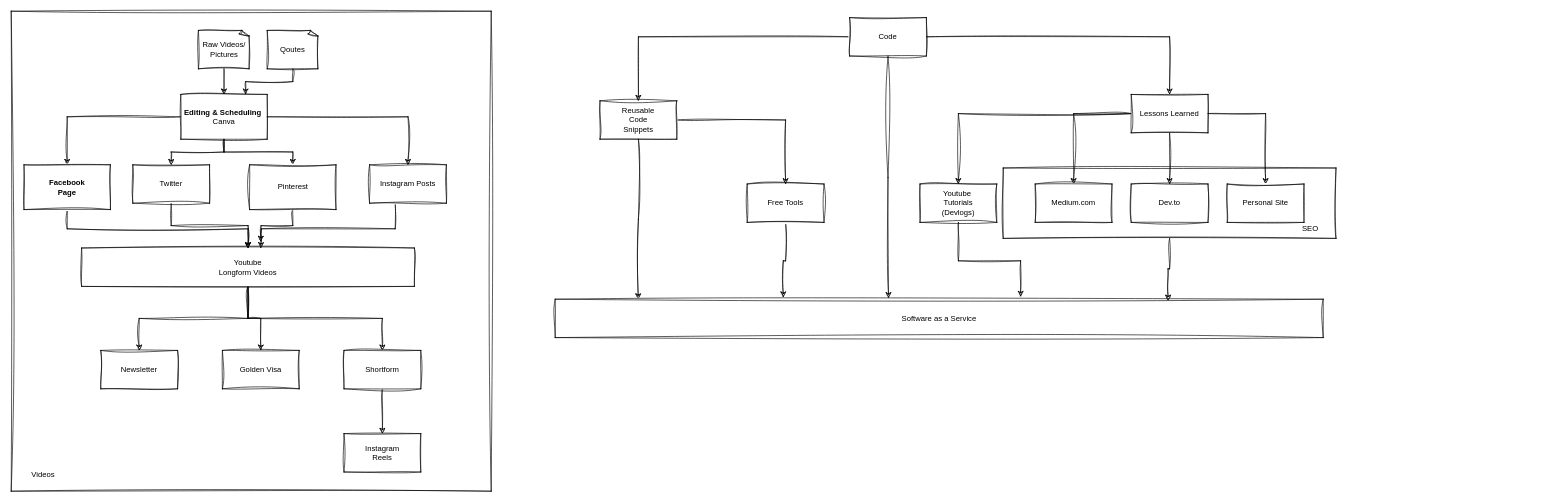
Before: CodeandMedia.drawio in mel3kings/diagrams, a draw.io diagram. Source tidied: cells renumbered, new cells numbered last; positions are measured from the earlier drawing's top-left corner, leaving out a move shared by most shapes. Both pictures are drawn from the tidied source at 64%, with x=0, y=0 at pixel (11, 11).
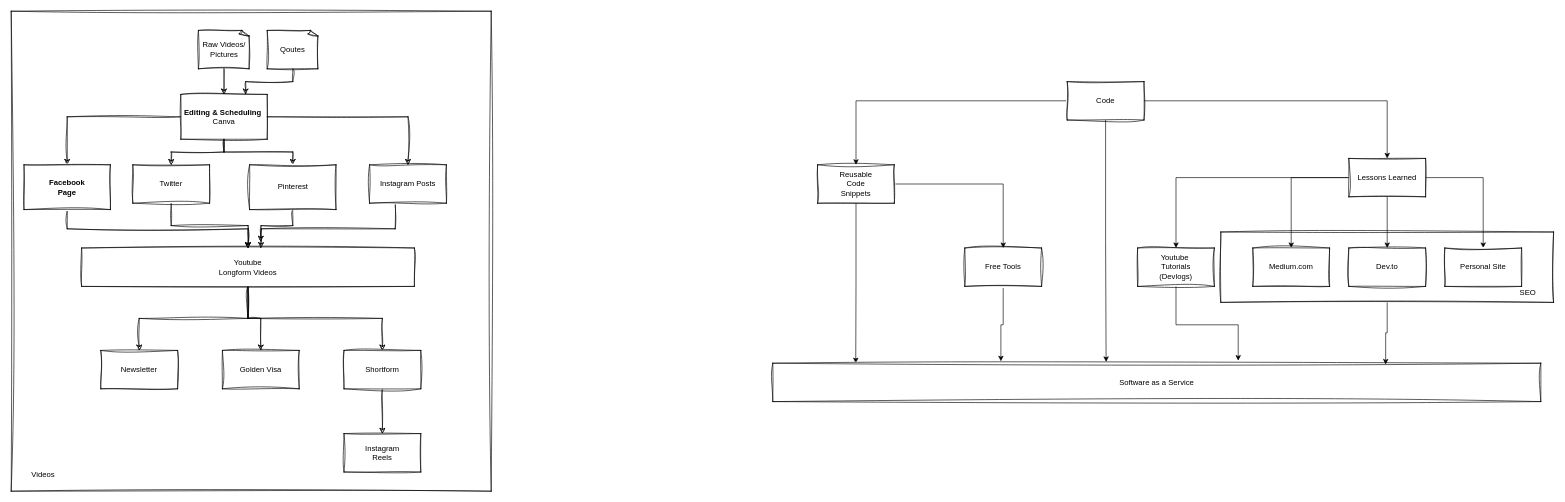
The same diagram, later.

Diff of the diagram source:
```diff
@@
     <mxCell id="2" style="rounded=0;whiteSpace=wrap;html=1;sketch=1;hachureGap=4;jiggle=2;curveFitting=1;" parent="1" vertex="1">
-      <mxGeometry x="1550" y="245" width="520" height="110" as="geometry" />
+      <mxGeometry x="1890" y="345" width="520" height="110" as="geometry" />
     </mxCell>
@@
-    <mxCell id="31" style="edgeStyle=orthogonalEdgeStyle;rounded=0;sketch=1;hachureGap=4;jiggle=2;curveFitting=1;jettySize=auto;html=1;" parent="1" edge="1" source="33" target="36">
+    <mxCell id="31" style="edgeStyle=orthogonalEdgeStyle;rounded=0;hachureGap=4;jettySize=auto;html=1;flowAnimation=1;" parent="1" edge="1" source="33" target="36">
       <mxGeometry relative="1" as="geometry" />
     </mxCell>
-    <mxCell id="32" style="edgeStyle=orthogonalEdgeStyle;rounded=0;sketch=1;hachureGap=4;jiggle=2;curveFitting=1;jettySize=auto;html=1;" parent="1" edge="1" source="33" target="42">
+    <mxCell id="32" style="edgeStyle=orthogonalEdgeStyle;rounded=0;hachureGap=4;jettySize=auto;html=1;flowAnimation=1;" parent="1" edge="1" source="33" target="42">
       <mxGeometry relative="1" as="geometry" />
     </mxCell>
     <mxCell id="33" value="Code" style="rounded=0;whiteSpace=wrap;html=1;sketch=1;hachureGap=4;jiggle=2;curveFitting=1;" parent="1" vertex="1">
-      <mxGeometry x="1310" y="10" width="120" height="60" as="geometry" />
+      <mxGeometry x="1650" y="110" width="120" height="60" as="geometry" />
     </mxCell>
-    <mxCell id="34" style="edgeStyle=orthogonalEdgeStyle;rounded=0;sketch=1;hachureGap=4;jiggle=2;curveFitting=1;jettySize=auto;html=1;entryX=0.108;entryY=0;entryDx=0;entryDy=0;entryPerimeter=0;" parent="1" edge="1" source="36" target="37">
+    <mxCell id="34" style="edgeStyle=orthogonalEdgeStyle;rounded=0;hachureGap=4;jettySize=auto;html=1;entryX=0.108;entryY=0;entryDx=0;entryDy=0;entryPerimeter=0;flowAnimation=1;" parent="1" edge="1" source="36" target="37">
       <mxGeometry relative="1" as="geometry" />
     </mxCell>
-    <mxCell id="35" style="edgeStyle=orthogonalEdgeStyle;rounded=0;sketch=1;hachureGap=4;jiggle=2;curveFitting=1;jettySize=auto;html=1;" parent="1" edge="1" source="36" target="50">
+    <mxCell id="35" style="edgeStyle=orthogonalEdgeStyle;rounded=0;hachureGap=4;jettySize=auto;html=1;flowAnimation=1;" parent="1" edge="1" source="36" target="50">
       <mxGeometry relative="1" as="geometry" />
     </mxCell>
     <mxCell id="36" value="Reusable&lt;div&gt;Code&lt;div&gt;Snippets&lt;/div&gt;&lt;/div&gt;" style="rounded=0;whiteSpace=wrap;html=1;sketch=1;hachureGap=4;jiggle=2;curveFitting=1;" parent="1" vertex="1">
-      <mxGeometry x="920" y="140" width="120" height="60" as="geometry" />
+      <mxGeometry x="1260" y="240" width="120" height="60" as="geometry" />
     </mxCell>
     <mxCell id="37" value="Software as a Service" style="rounded=0;whiteSpace=wrap;html=1;sketch=1;hachureGap=4;jiggle=2;curveFitting=1;" parent="1" vertex="1">
-      <mxGeometry x="850" y="450" width="1200" height="60" as="geometry" />
+      <mxGeometry x="1190" y="550" width="1200" height="60" as="geometry" />
     </mxCell>
-    <mxCell id="38" style="edgeStyle=orthogonalEdgeStyle;rounded=0;sketch=1;hachureGap=4;jiggle=2;curveFitting=1;jettySize=auto;html=1;" parent="1" edge="1" source="42" target="43">
+    <mxCell id="38" style="edgeStyle=orthogonalEdgeStyle;rounded=0;hachureGap=4;jettySize=auto;html=1;flowAnimation=1;" parent="1" edge="1" source="42" target="43">
       <mxGeometry relative="1" as="geometry" />
     </mxCell>
-    <mxCell id="39" style="edgeStyle=orthogonalEdgeStyle;rounded=0;sketch=1;hachureGap=4;jiggle=2;curveFitting=1;jettySize=auto;html=1;entryX=0.5;entryY=0;entryDx=0;entryDy=0;" parent="1" edge="1" source="42" target="44">
+    <mxCell id="39" style="edgeStyle=orthogonalEdgeStyle;rounded=0;hachureGap=4;jettySize=auto;html=1;entryX=0.5;entryY=0;entryDx=0;entryDy=0;flowAnimation=1;" parent="1" edge="1" source="42" target="44">
       <mxGeometry relative="1" as="geometry" />
     </mxCell>
-    <mxCell id="40" style="edgeStyle=orthogonalEdgeStyle;rounded=0;sketch=1;hachureGap=4;jiggle=2;curveFitting=1;jettySize=auto;html=1;" parent="1" edge="1" source="42" target="45">
+    <mxCell id="40" style="edgeStyle=orthogonalEdgeStyle;rounded=0;hachureGap=4;jettySize=auto;html=1;flowAnimation=1;" parent="1" edge="1" source="42" target="45">
       <mxGeometry relative="1" as="geometry" />
     </mxCell>
-    <mxCell id="41" style="edgeStyle=orthogonalEdgeStyle;rounded=0;sketch=1;hachureGap=4;jiggle=2;curveFitting=1;jettySize=auto;html=1;entryX=0.5;entryY=0;entryDx=0;entryDy=0;" parent="1" edge="1" source="42" target="48">
+    <mxCell id="41" style="edgeStyle=orthogonalEdgeStyle;rounded=0;hachureGap=4;jettySize=auto;html=1;entryX=0.5;entryY=0;entryDx=0;entryDy=0;flowAnimation=1;" parent="1" edge="1" source="42" target="48">
       <mxGeometry relative="1" as="geometry" />
     </mxCell>
     <mxCell id="42" value="Lessons Learned" style="rounded=0;whiteSpace=wrap;html=1;sketch=1;hachureGap=4;jiggle=2;curveFitting=1;" parent="1" vertex="1">
-      <mxGeometry x="1750" y="130" width="120" height="60" as="geometry" />
+      <mxGeometry x="2090" y="230" width="120" height="60" as="geometry" />
     </mxCell>
     <mxCell id="43" value="Medium.com" style="rounded=0;whiteSpace=wrap;html=1;sketch=1;hachureGap=4;jiggle=2;curveFitting=1;" parent="1" vertex="1">
-      <mxGeometry x="1600" y="270" width="120" height="60" as="geometry" />
+      <mxGeometry x="1940" y="370" width="120" height="60" as="geometry" />
     </mxCell>
     <mxCell id="44" value="Dev.to" style="rounded=0;whiteSpace=wrap;html=1;sketch=1;hachureGap=4;jiggle=2;curveFitting=1;" parent="1" vertex="1">
-      <mxGeometry x="1750" y="270" width="120" height="60" as="geometry" />
+      <mxGeometry x="2090" y="370" width="120" height="60" as="geometry" />
     </mxCell>
     <mxCell id="45" value="Personal Site" style="rounded=0;whiteSpace=wrap;html=1;sketch=1;hachureGap=4;jiggle=2;curveFitting=1;" parent="1" vertex="1">
-      <mxGeometry x="1900" y="270" width="120" height="60" as="geometry" />
+      <mxGeometry x="2240" y="370" width="120" height="60" as="geometry" />
     </mxCell>
     <mxCell id="46" value="SEO" style="text;html=1;align=center;verticalAlign=middle;whiteSpace=wrap;rounded=0;" parent="1" vertex="1">
-      <mxGeometry x="2000" y="325" width="60" height="30" as="geometry" />
+      <mxGeometry x="2340" y="425" width="60" height="30" as="geometry" />
     </mxCell>
-    <mxCell id="47" style="edgeStyle=orthogonalEdgeStyle;rounded=0;sketch=1;hachureGap=4;jiggle=2;curveFitting=1;jettySize=auto;html=1;entryX=0.606;entryY=-0.067;entryDx=0;entryDy=0;entryPerimeter=0;" parent="1" edge="1" source="48" target="37">
+    <mxCell id="47" style="edgeStyle=orthogonalEdgeStyle;rounded=0;hachureGap=4;jettySize=auto;html=1;entryX=0.606;entryY=-0.067;entryDx=0;entryDy=0;entryPerimeter=0;flowAnimation=1;" parent="1" edge="1" source="48" target="37">
       <mxGeometry relative="1" as="geometry" />
     </mxCell>
     <mxCell id="48" value="Youtube&amp;nbsp;&lt;div&gt;Tutorials&lt;/div&gt;&lt;div&gt;(Devlogs)&lt;/div&gt;" style="rounded=0;whiteSpace=wrap;html=1;sketch=1;hachureGap=4;jiggle=2;curveFitting=1;" parent="1" vertex="1">
-      <mxGeometry x="1420" y="270" width="120" height="60" as="geometry" />
+      <mxGeometry x="1760" y="370" width="120" height="60" as="geometry" />
     </mxCell>
-    <mxCell id="49" style="edgeStyle=orthogonalEdgeStyle;rounded=0;sketch=1;hachureGap=4;jiggle=2;curveFitting=1;jettySize=auto;html=1;entryX=0.297;entryY=-0.05;entryDx=0;entryDy=0;entryPerimeter=0;" parent="1" edge="1" source="50" target="37">
+    <mxCell id="49" style="edgeStyle=orthogonalEdgeStyle;rounded=0;hachureGap=4;jettySize=auto;html=1;entryX=0.297;entryY=-0.05;entryDx=0;entryDy=0;entryPerimeter=0;flowAnimation=1;" parent="1" edge="1" source="50" target="37">
       <mxGeometry relative="1" as="geometry" />
     </mxCell>
     <mxCell id="50" value="Free Tools" style="whiteSpace=wrap;html=1;rounded=0;sketch=1;hachureGap=4;jiggle=2;curveFitting=1;" parent="1" vertex="1">
-      <mxGeometry x="1150" y="270" width="120" height="60" as="geometry" />
+      <mxGeometry x="1490" y="370" width="120" height="60" as="geometry" />
     </mxCell>
-    <mxCell id="51" style="edgeStyle=orthogonalEdgeStyle;rounded=0;sketch=1;hachureGap=4;jiggle=2;curveFitting=1;jettySize=auto;html=1;entryX=0.798;entryY=0.033;entryDx=0;entryDy=0;entryPerimeter=0;" parent="1" edge="1" source="2" target="37">
+    <mxCell id="51" style="edgeStyle=orthogonalEdgeStyle;rounded=0;hachureGap=4;jettySize=auto;html=1;entryX=0.798;entryY=0.033;entryDx=0;entryDy=0;entryPerimeter=0;flowAnimation=1;" parent="1" edge="1" source="2" target="37">
       <mxGeometry relative="1" as="geometry" />
     </mxCell>
-    <mxCell id="52" style="edgeStyle=orthogonalEdgeStyle;rounded=0;sketch=1;hachureGap=4;jiggle=2;curveFitting=1;jettySize=auto;html=1;entryX=0.434;entryY=-0.033;entryDx=0;entryDy=0;entryPerimeter=0;" parent="1" edge="1" source="33" target="37">
+    <mxCell id="52" style="edgeStyle=orthogonalEdgeStyle;rounded=0;hachureGap=4;jettySize=auto;html=1;entryX=0.434;entryY=-0.033;entryDx=0;entryDy=0;entryPerimeter=0;flowAnimation=1;" parent="1" edge="1" source="33" target="37">
       <mxGeometry relative="1" as="geometry" />
     </mxCell>
```
